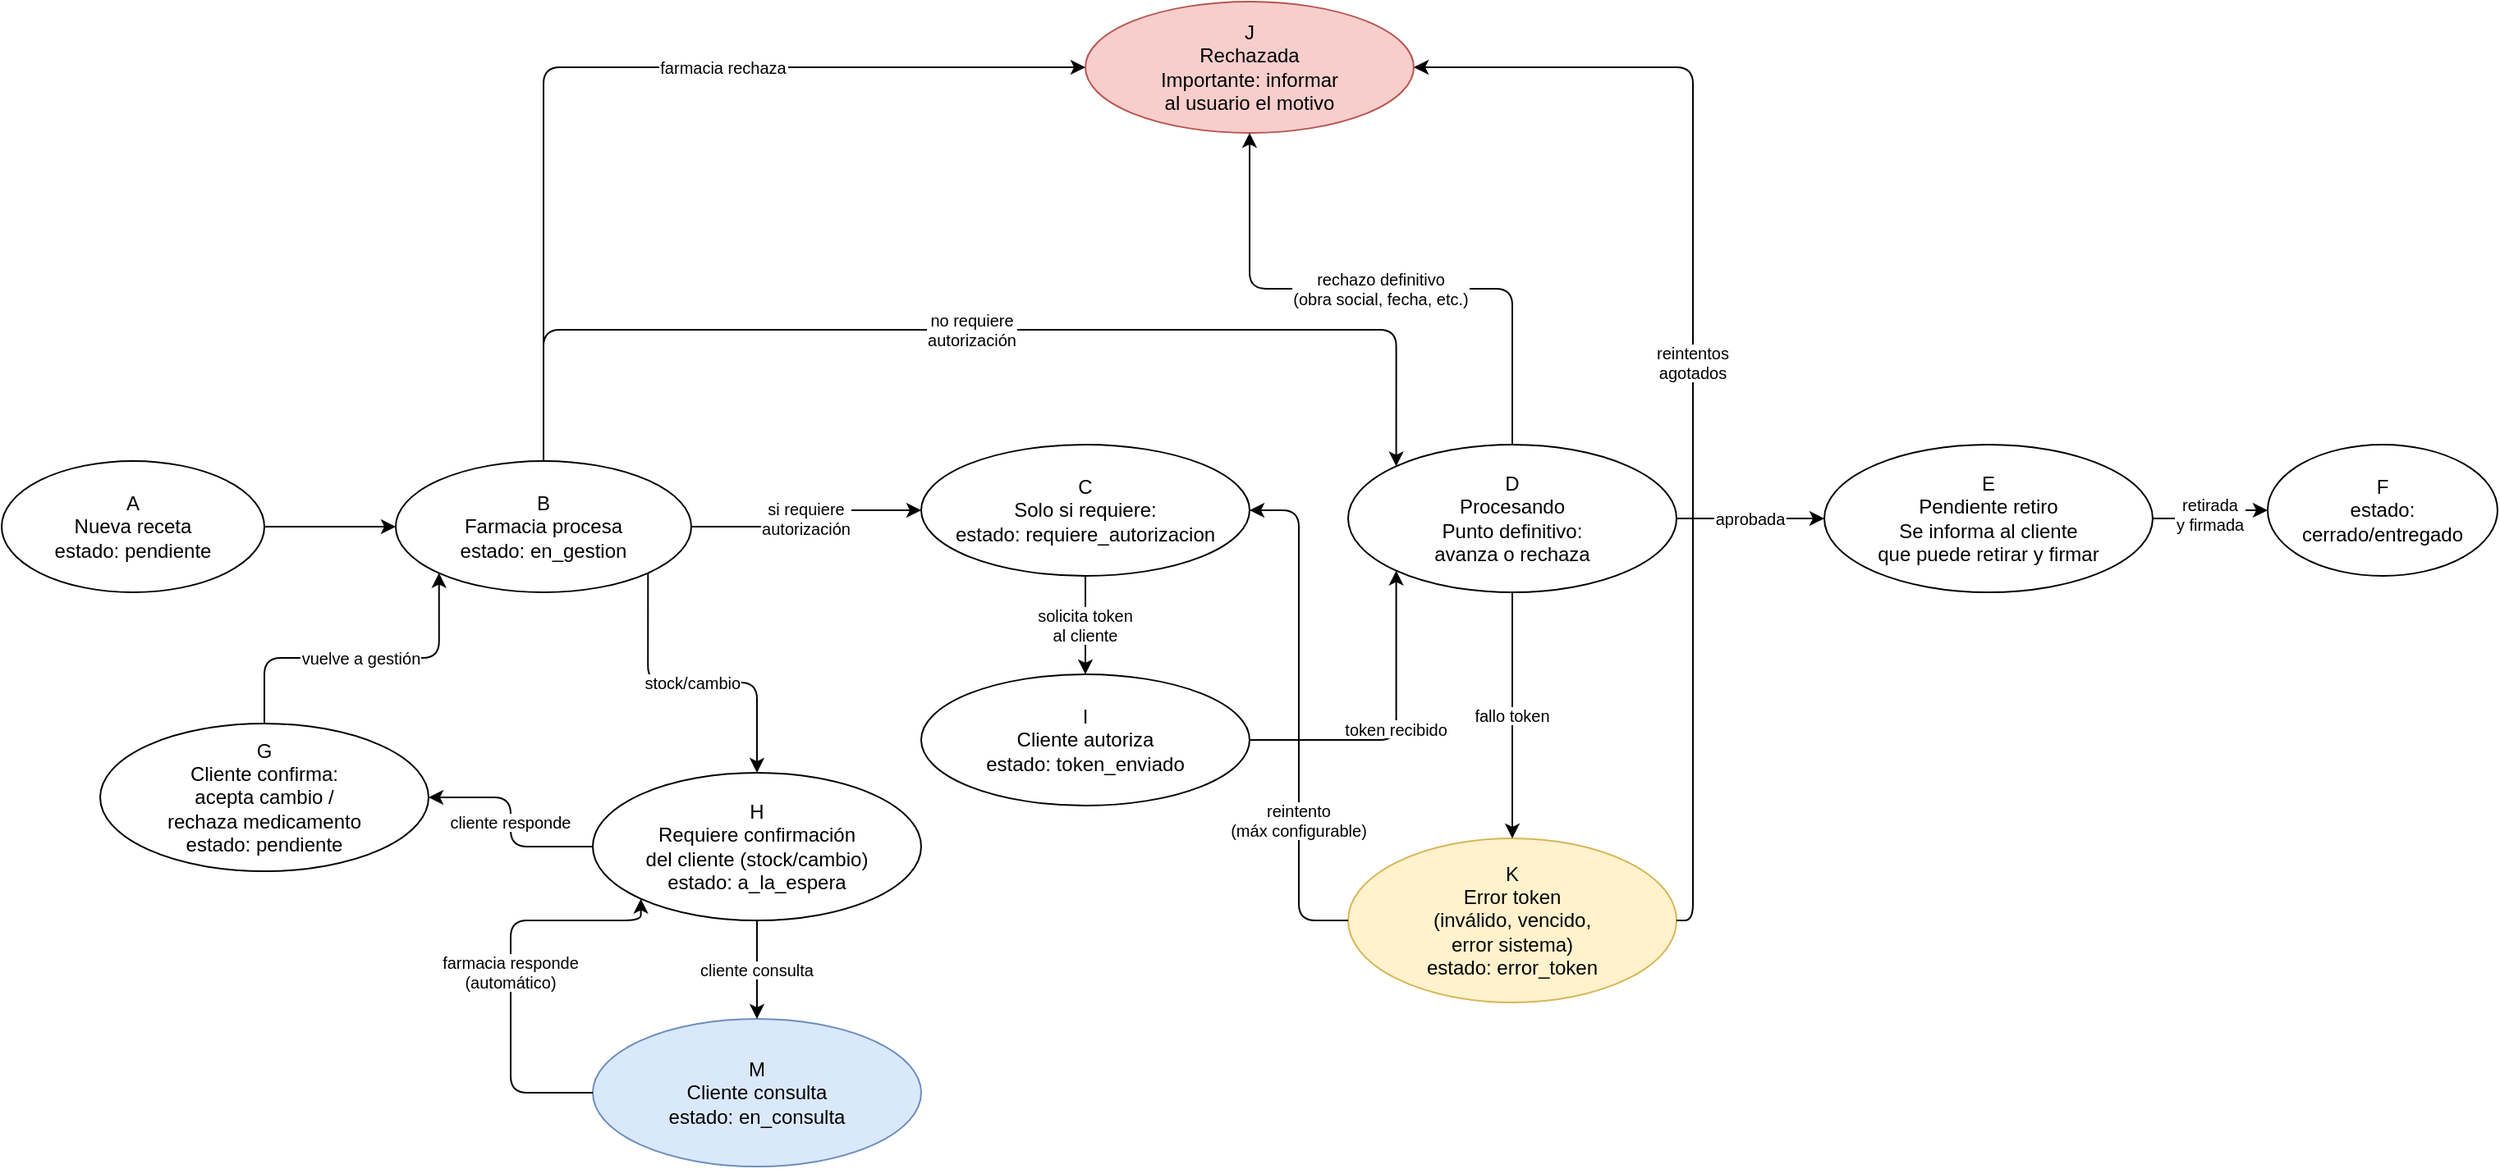
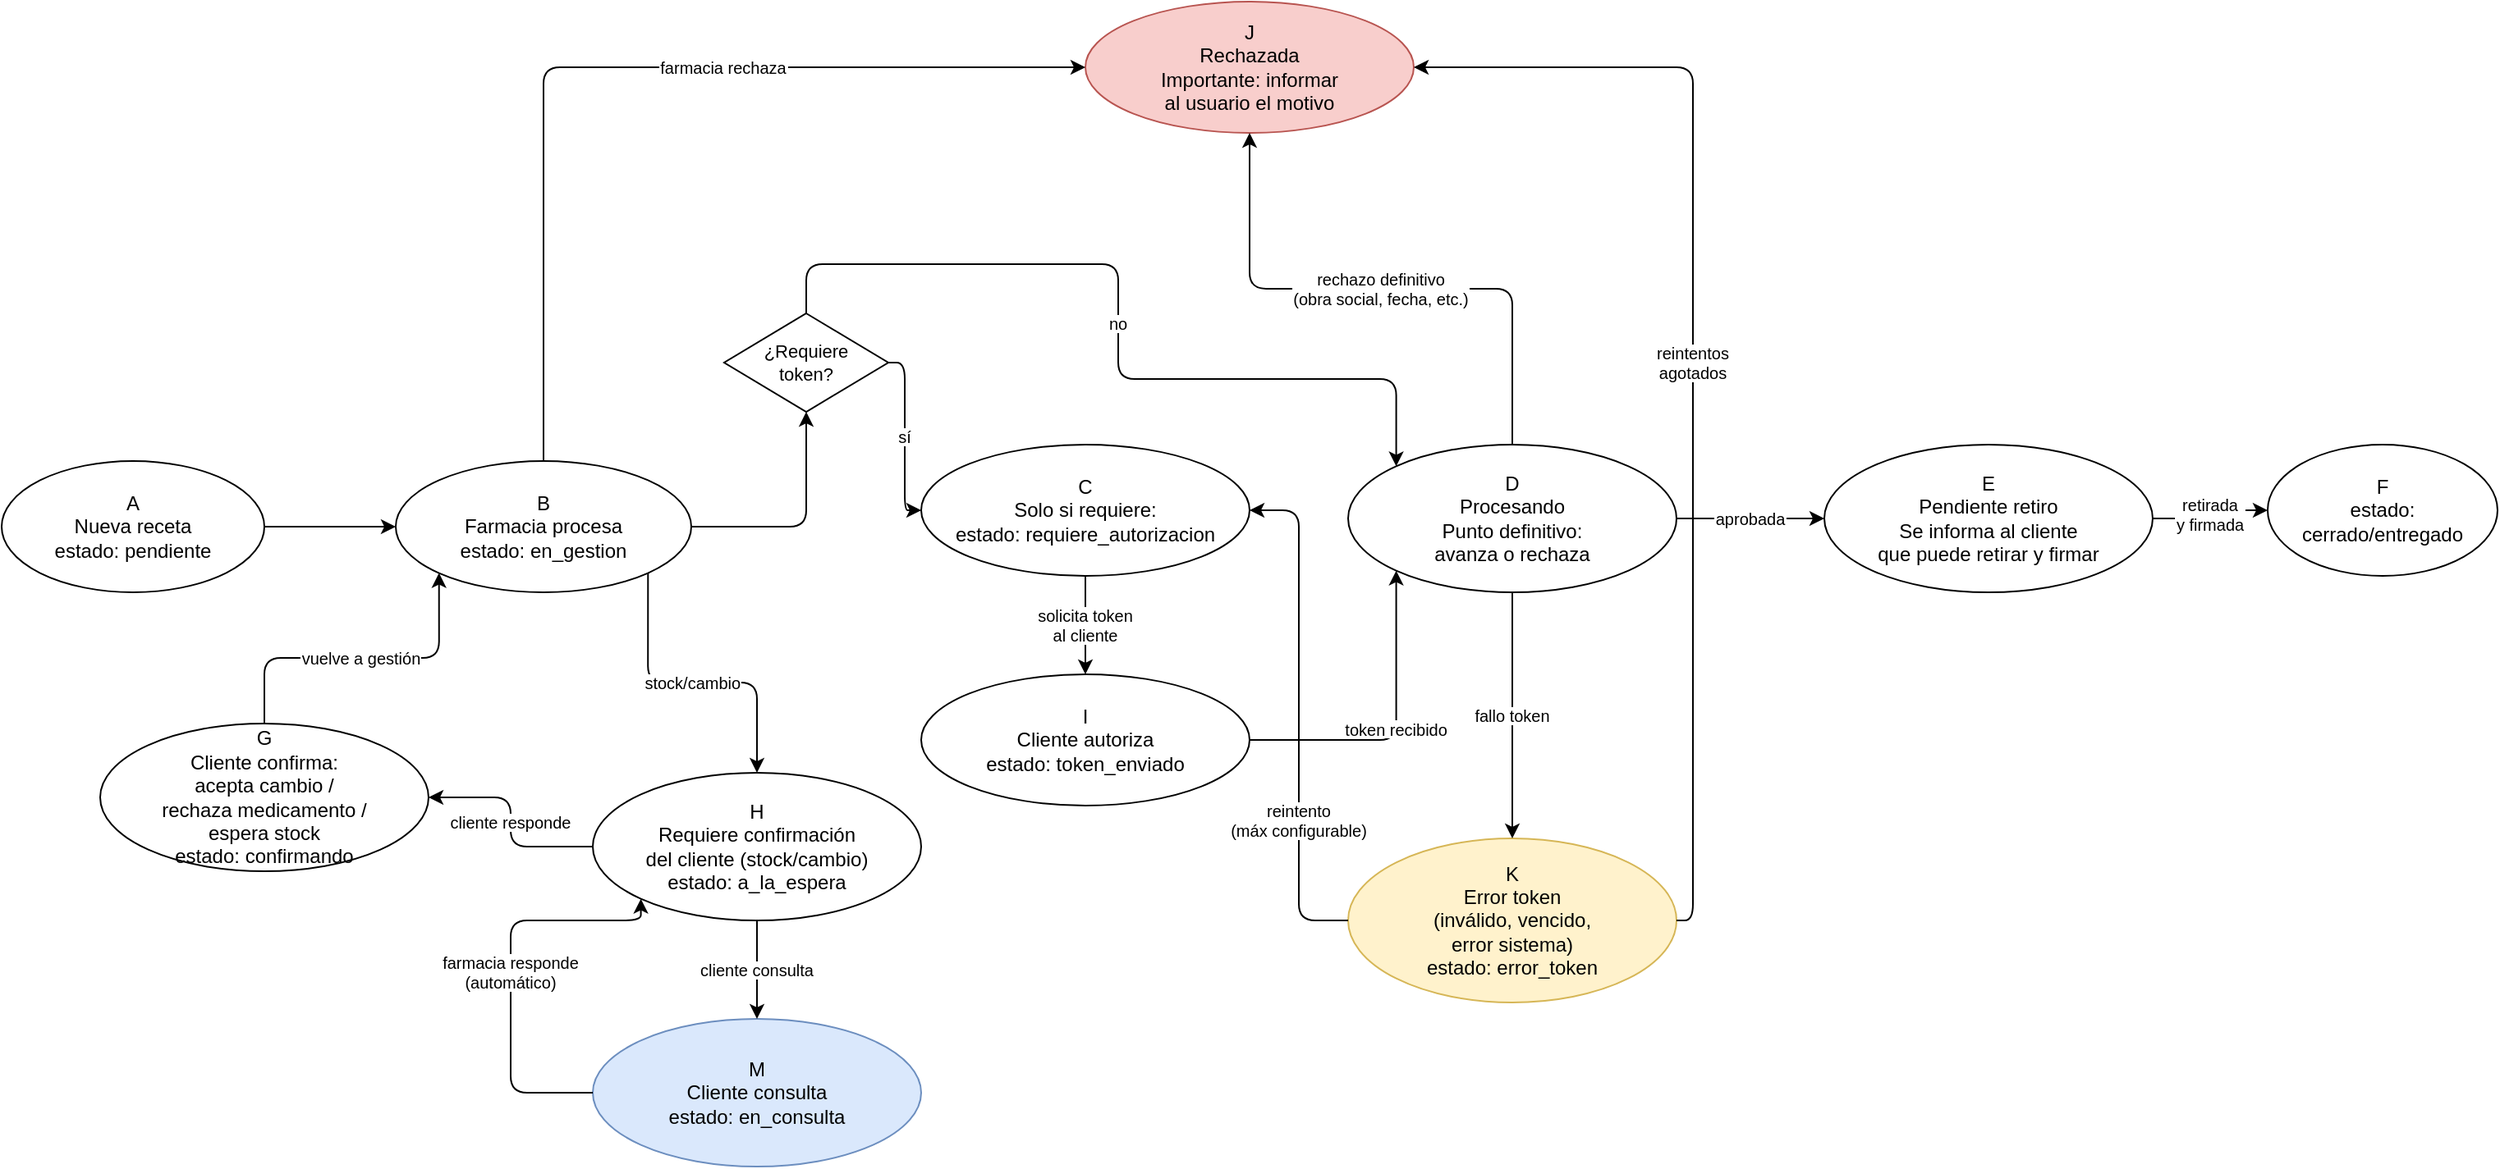
<mxfile host="Electron" agent="Mozilla/5.0 (Windows NT 10.0; Win64; x64) AppleWebKit/537.36 (KHTML, like Gecko) draw.io/26.0.9 Chrome/128.0.6613.186 Electron/32.2.5 Safari/537.36" version="26.0.9">
-   <diagram id="flujo_receta" name="Flujo Receta">
-     <mxGraphModel dx="1687" dy="993" grid="1" gridSize="10" guides="1" tooltips="1" connect="1" arrows="1" fold="1" page="1" pageScale="1" pageWidth="1600" pageHeight="900" math="0" shadow="0">
+   <diagram id="flujo_receta" name="Flujo Receta Base">
+     <mxGraphModel dx="1434" dy="844" grid="1" gridSize="10" guides="1" tooltips="1" connect="1" arrows="1" fold="1" page="1" pageScale="1" pageWidth="1600" pageHeight="900" math="0" shadow="0">
      <root>
        <mxCell id="0" />
        <mxCell id="1" parent="0" />
        <mxCell id="A" value="A&#xa;Nueva receta&#xa;estado: pendiente" style="ellipse;whiteSpace=wrap;html=1;fontSize=12;align=center;" parent="1" vertex="1">
          <mxGeometry x="40" y="360" width="160" height="80" as="geometry" />
        </mxCell>
        <mxCell id="B" value="B&#xa;Farmacia procesa&#xa;estado: en_gestion" style="ellipse;whiteSpace=wrap;html=1;fontSize=12;align=center;" parent="1" vertex="1">
          <mxGeometry x="280" y="360" width="180" height="80" as="geometry" />
        </mxCell>
        <mxCell id="C" value="C&#xa;Solo si requiere:&#xa;estado: requiere_autorizacion" style="ellipse;whiteSpace=wrap;html=1;fontSize=12;align=center;" parent="1" vertex="1">
          <mxGeometry x="600" y="350" width="200" height="80" as="geometry" />
        </mxCell>
        <mxCell id="I" value="I&#xa;Cliente autoriza&#xa;estado: token_enviado" style="ellipse;whiteSpace=wrap;html=1;fontSize=12;align=center;" parent="1" vertex="1">
          <mxGeometry x="600" y="490" width="200" height="80" as="geometry" />
        </mxCell>
        <mxCell id="D" value="D&#xa;Procesando&#xa;Punto definitivo:&#xa;avanza o rechaza" style="ellipse;whiteSpace=wrap;html=1;fontSize=12;align=center;" parent="1" vertex="1">
          <mxGeometry x="860" y="350" width="200" height="90" as="geometry" />
        </mxCell>
        <mxCell id="K" value="K&#xa;Error token&#xa;(inválido, vencido,&#xa;error sistema)&#xa;estado: error_token" style="ellipse;whiteSpace=wrap;html=1;fontSize=12;align=center;fillColor=#FFF2CC;strokeColor=#D6B656;" parent="1" vertex="1">
          <mxGeometry x="860" y="590" width="200" height="100" as="geometry" />
        </mxCell>
        <mxCell id="E" value="E&#xa;Pendiente retiro&#xa;Se informa al cliente&#xa;que puede retirar y firmar" style="ellipse;whiteSpace=wrap;html=1;fontSize=12;align=center;" parent="1" vertex="1">
          <mxGeometry x="1150" y="350" width="200" height="90" as="geometry" />
        </mxCell>
        <mxCell id="F" value="F&#xa;estado:&#xa;cerrado/entregado" style="ellipse;whiteSpace=wrap;html=1;fontSize=12;align=center;" parent="1" vertex="1">
          <mxGeometry x="1420" y="350" width="140" height="80" as="geometry" />
        </mxCell>
        <mxCell id="H" value="H&#xa;Requiere confirmación&#xa;del cliente (stock/cambio)&#xa;estado: a_la_espera" style="ellipse;whiteSpace=wrap;html=1;fontSize=12;align=center;" parent="1" vertex="1">
          <mxGeometry x="400" y="550" width="200" height="90" as="geometry" />
        </mxCell>
-         <mxCell id="G" value="G&#xa;Cliente confirma:&#xa;acepta cambio /&#xa;rechaza medicamento&#xa;estado: pendiente" style="ellipse;whiteSpace=wrap;html=1;fontSize=12;align=center;" parent="1" vertex="1">
+         <mxCell id="G" value="G&#xa;Cliente confirma:&#xa;acepta cambio /&#xa;rechaza medicamento /&#xa;espera stock&#xa;estado: confirmando" style="ellipse;whiteSpace=wrap;html=1;fontSize=12;align=center;" parent="1" vertex="1">
          <mxGeometry x="100" y="520" width="200" height="90" as="geometry" />
        </mxCell>
        <mxCell id="J" value="J&#xa;Rechazada&#xa;Importante: informar&#xa;al usuario el motivo" style="ellipse;whiteSpace=wrap;html=1;fontSize=12;align=center;fillColor=#F8CECC;strokeColor=#B85450;" parent="1" vertex="1">
          <mxGeometry x="700" y="80" width="200" height="80" as="geometry" />
        </mxCell>
        <mxCell id="edge_AB" style="edgeStyle=orthogonalEdgeStyle;rounded=1;" parent="1" source="A" target="B" edge="1">
          <mxGeometry relative="1" as="geometry" />
        </mxCell>
-         <mxCell id="edge_BC" value="si requiere&#xa;autorización" style="edgeStyle=orthogonalEdgeStyle;rounded=1;fontSize=10;entryX=0;entryY=0.5;entryDx=0;entryDy=0;" parent="1" source="B" target="C" edge="1">
+         <mxCell id="T" value="¿Requiere&#xa;token?" style="rhombus;whiteSpace=wrap;html=1;fontSize=11;align=center;" vertex="1" parent="1">
+           <mxGeometry x="480" y="270" width="100" height="60" as="geometry" />
+         </mxCell>
+         <mxCell id="edge_BT" style="edgeStyle=orthogonalEdgeStyle;rounded=1;" edge="1" parent="1" source="B" target="T">
          <mxGeometry relative="1" as="geometry" />
        </mxCell>
-         <mxCell id="edge_BD" value="no requiere&#xa;autorización" style="edgeStyle=orthogonalEdgeStyle;rounded=1;fontSize=10;entryX=0;entryY=0;entryDx=0;entryDy=0;exitX=0.5;exitY=0;exitDx=0;exitDy=0;" parent="1" source="B" target="D" edge="1">
+         <mxCell id="edge_TC" value="sí" style="edgeStyle=orthogonalEdgeStyle;rounded=1;fontSize=10;entryX=0;entryY=0.5;entryDx=0;entryDy=0;" edge="1" parent="1" source="T" target="C">
+           <mxGeometry relative="1" as="geometry" />
+         </mxCell>
+         <mxCell id="edge_TD" value="no" style="edgeStyle=orthogonalEdgeStyle;rounded=1;fontSize=10;entryX=0;entryY=0;entryDx=0;entryDy=0;exitX=0.5;exitY=0;exitDx=0;exitDy=0;" edge="1" parent="1" source="T" target="D">
          <mxGeometry relative="1" as="geometry">
            <Array as="points">
-               <mxPoint x="370" y="280" />
-               <mxPoint x="889" y="280" />
+               <mxPoint x="530" y="240" />
+               <mxPoint x="720" y="240" />
+               <mxPoint x="720" y="310" />
+               <mxPoint x="889" y="310" />
            </Array>
          </mxGeometry>
        </mxCell>
        <mxCell id="edge_CI" value="solicita token&#xa;al cliente" style="edgeStyle=orthogonalEdgeStyle;rounded=1;fontSize=10;exitX=0.5;exitY=1;exitDx=0;exitDy=0;" parent="1" source="C" target="I" edge="1">
          <mxGeometry relative="1" as="geometry" />
        </mxCell>
        <mxCell id="edge_ID" value="token recibido" style="edgeStyle=orthogonalEdgeStyle;rounded=1;fontSize=10;entryX=0;entryY=1;entryDx=0;entryDy=0;" parent="1" source="I" target="D" edge="1">
          <mxGeometry relative="1" as="geometry" />
        </mxCell>
        <mxCell id="edge_DE" value="aprobada" style="edgeStyle=orthogonalEdgeStyle;rounded=1;fontSize=10;" parent="1" source="D" target="E" edge="1">
          <mxGeometry relative="1" as="geometry" />
        </mxCell>
        <mxCell id="edge_EF" value="retirada&#xa;y firmada" style="edgeStyle=orthogonalEdgeStyle;rounded=1;fontSize=10;" parent="1" source="E" target="F" edge="1">
          <mxGeometry relative="1" as="geometry" />
        </mxCell>
        <mxCell id="edge_DK" value="fallo token" style="edgeStyle=orthogonalEdgeStyle;rounded=1;fontSize=10;" parent="1" source="D" target="K" edge="1">
          <mxGeometry relative="1" as="geometry" />
        </mxCell>
        <mxCell id="edge_KI" value="reintento&#xa;(máx configurable)" style="edgeStyle=orthogonalEdgeStyle;rounded=1;fontSize=10;entryX=1;entryY=0.5;entryDx=0;entryDy=0;" parent="1" source="K" target="C" edge="1">
          <mxGeometry x="-0.4194" relative="1" as="geometry">
            <mxPoint y="-1" as="offset" />
          </mxGeometry>
        </mxCell>
        <mxCell id="edge_KJ" value="reintentos&#xa;agotados" style="edgeStyle=orthogonalEdgeStyle;rounded=1;fontSize=10;entryX=1;entryY=0.5;entryDx=0;entryDy=0;exitX=1;exitY=0.5;exitDx=0;exitDy=0;" parent="1" source="K" target="J" edge="1">
          <mxGeometry relative="1" as="geometry">
            <mxPoint x="1039.9999307958237" y="680.0588235294117" as="sourcePoint" />
            <Array as="points">
              <mxPoint x="1070" y="640" />
              <mxPoint x="1070" y="120" />
            </Array>
          </mxGeometry>
        </mxCell>
        <mxCell id="edge_DJ" value="rechazo definitivo&#xa;(obra social, fecha, etc.)" style="edgeStyle=orthogonalEdgeStyle;rounded=1;fontSize=10;exitX=0.5;exitY=0;exitDx=0;exitDy=0;entryX=0.5;entryY=1;entryDx=0;entryDy=0;" parent="1" source="D" target="J" edge="1">
          <mxGeometry relative="1" as="geometry" />
        </mxCell>
        <mxCell id="edge_BH" value="stock/cambio" style="edgeStyle=orthogonalEdgeStyle;rounded=1;fontSize=10;exitX=1;exitY=1;exitDx=0;exitDy=0;" parent="1" source="B" target="H" edge="1">
          <mxGeometry relative="1" as="geometry" />
        </mxCell>
        <mxCell id="edge_HG" value="cliente responde" style="edgeStyle=orthogonalEdgeStyle;rounded=1;fontSize=10;" parent="1" source="H" target="G" edge="1">
          <mxGeometry relative="1" as="geometry" />
        </mxCell>
        <mxCell id="edge_GB" value="vuelve a gestión" style="edgeStyle=orthogonalEdgeStyle;rounded=1;fontSize=10;entryX=0;entryY=1;entryDx=0;entryDy=0;" parent="1" source="G" target="B" edge="1">
          <mxGeometry relative="1" as="geometry" />
        </mxCell>
        <mxCell id="edge_BJ" value="farmacia rechaza" style="edgeStyle=orthogonalEdgeStyle;rounded=1;fontSize=10;entryX=0;entryY=0.5;entryDx=0;entryDy=0;exitX=0.5;exitY=0;exitDx=0;exitDy=0;" parent="1" source="B" target="J" edge="1">
          <mxGeometry x="0.2257" relative="1" as="geometry">
            <mxPoint x="350" y="390" as="sourcePoint" />
            <Array as="points">
              <mxPoint x="370" y="120" />
            </Array>
            <mxPoint as="offset" />
          </mxGeometry>
        </mxCell>
        <mxCell id="M" value="M&#xa;Cliente consulta&#xa;estado: en_consulta" style="ellipse;whiteSpace=wrap;html=1;fontSize=12;align=center;fillColor=#dae8fc;strokeColor=#6c8ebf;" parent="1" vertex="1">
          <mxGeometry x="400" y="700" width="200" height="90" as="geometry" />
        </mxCell>
        <mxCell id="edge_HM" value="cliente consulta" style="edgeStyle=orthogonalEdgeStyle;rounded=1;fontSize=10;exitX=0.5;exitY=1;exitDx=0;exitDy=0;entryX=0.5;entryY=0;entryDx=0;entryDy=0;" parent="1" source="H" target="M" edge="1">
          <mxGeometry relative="1" as="geometry" />
        </mxCell>
        <mxCell id="edge_MH" value="farmacia responde&#xa;(automático)" style="edgeStyle=orthogonalEdgeStyle;rounded=1;fontSize=10;exitX=0;exitY=0.5;exitDx=0;exitDy=0;entryX=0;entryY=1;entryDx=0;entryDy=0;" parent="1" source="M" target="H" edge="1">
          <mxGeometry relative="1" as="geometry">
            <Array as="points">
              <mxPoint x="350" y="745" />
              <mxPoint x="350" y="640" />
            </Array>
          </mxGeometry>
        </mxCell>
      </root>
    </mxGraphModel>
  </diagram>
</mxfile>
